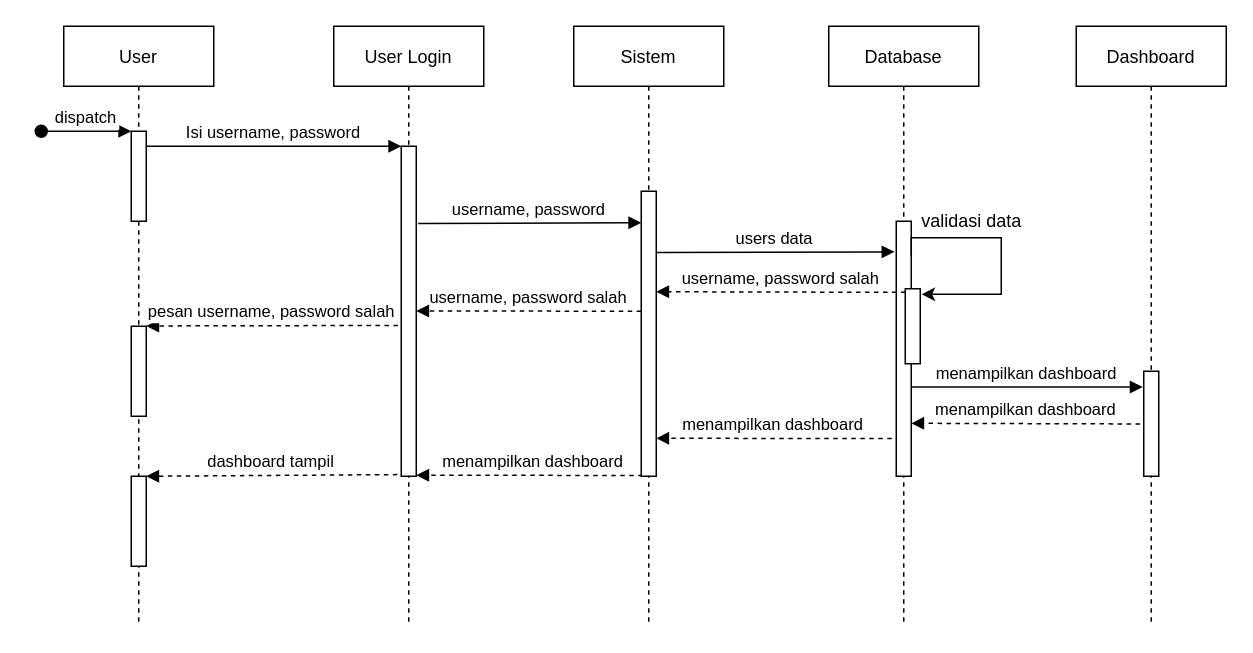
Above: Sequence.drawio in nugrahaas/diagram-project-rpl (draw.io), before the change. Source tidied: cells renumbered, new cells numbered last; positions are measured from the earlier drawing's top-left corner, leaving out a move shared by most shapes. Both pictures are drawn from the tidied source at 150%, with x=0, y=0 at pixel (40, 26).
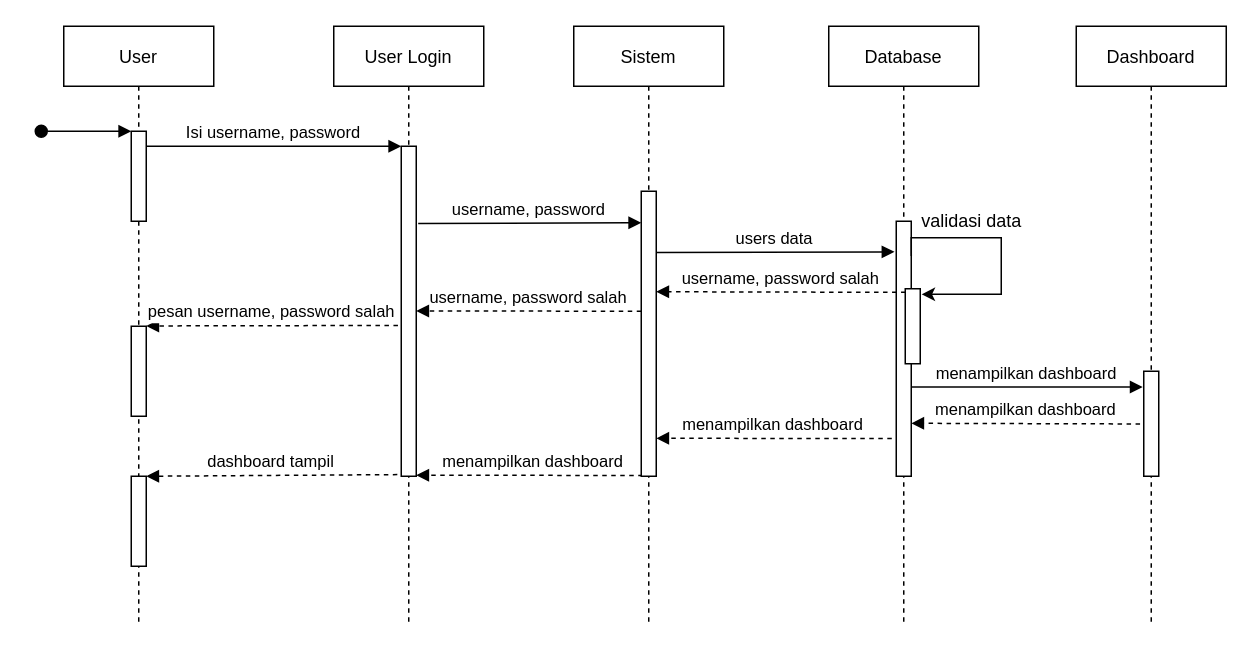
After the change.

The change refers to these unchanged cells:
```xml
<mxCell id="2" value="User" style="shape=umlLifeline;perimeter=lifelinePerimeter;rounded=0;shadow=0;strokeWidth=1;" parent="1" vertex="1">
  <mxGeometry x="15" width="100" height="400" as="geometry" />
</mxCell>
<mxCell id="3" style="points=[];perimeter=orthogonalPerimeter;rounded=0;shadow=0;strokeWidth=1;" parent="2" vertex="1">
  <mxGeometry x="45" y="70" width="10" height="60" as="geometry" />
</mxCell>
```

Change to the diagram source:
```diff
@@
-    <mxCell id="4" value="dispatch" style="verticalAlign=bottom;startArrow=oval;endArrow=block;startSize=8;shadow=0;strokeWidth=1;rounded=0;" parent="2" edge="1" target="3">
+    <mxCell id="4" style="verticalAlign=bottom;startArrow=oval;endArrow=block;startSize=8;shadow=0;strokeWidth=1;rounded=0;" parent="2" edge="1" target="3">
       <mxGeometry relative="1" as="geometry">
         <mxPoint x="-15" y="70" as="sourcePoint" />
       </mxGeometry>
     </mxCell>
```
